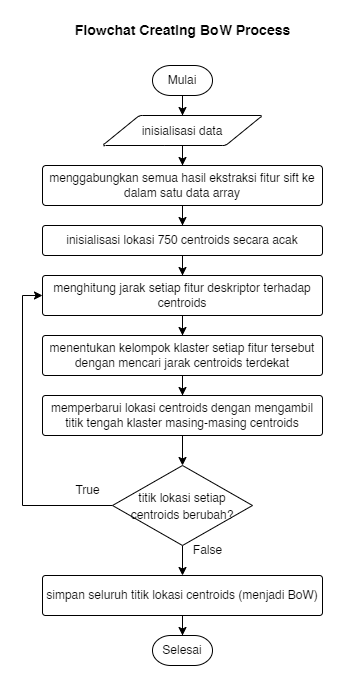
Earlier version of the draw.io export Skripsi/resource/Tugas Akhir-Flowchart Create BoW.drawio.png (RTAgung/tugas-akhir). Source tidied: cells renumbered, new cells last; positions are measured from the earlier drawing's top-left corner, leaving out a move shared by most shapes. Its diagram source:
```xml
<mxGraphModel>
  <root>
    <mxCell id="0" />
    <mxCell id="1" parent="0" />
    <mxCell id="2" style="edgeStyle=orthogonalEdgeStyle;rounded=0;jettySize=auto;html=1;entryX=0.5;entryY=0;entryDx=0;entryDy=0;fontSize=14;strokeWidth=1;" parent="1" edge="1" source="3" target="7">
      <mxGeometry relative="1" as="geometry" />
    </mxCell>
    <mxCell id="3" value="Mulai" style="strokeWidth=1;html=1;shape=mxgraph.flowchart.terminator;whiteSpace=wrap;" parent="1" vertex="1">
      <mxGeometry x="130" y="50" width="60" height="30" as="geometry" />
    </mxCell>
    <mxCell id="4" style="edgeStyle=orthogonalEdgeStyle;rounded=0;jettySize=auto;html=1;entryX=0.5;entryY=0;entryDx=0;entryDy=0;fontSize=14;strokeWidth=1;" parent="1" edge="1" source="5" target="9">
      <mxGeometry relative="1" as="geometry" />
    </mxCell>
    <mxCell id="5" value="menggabungkan semua hasil ekstraksi fitur sift ke dalam satu data array" style="rounded=1;whiteSpace=wrap;html=1;absoluteArcSize=1;arcSize=7;strokeWidth=1;" parent="1" vertex="1">
      <mxGeometry x="20" y="150" width="280" height="40" as="geometry" />
    </mxCell>
    <mxCell id="6" style="edgeStyle=orthogonalEdgeStyle;rounded=0;jettySize=auto;html=1;entryX=0.5;entryY=0;entryDx=0;entryDy=0;fontSize=14;strokeWidth=1;" parent="1" edge="1" source="7" target="5">
      <mxGeometry relative="1" as="geometry" />
    </mxCell>
    <mxCell id="7" value="&lt;font style=&quot;font-size: 12px;&quot;&gt;inisialisasi data&lt;/font&gt;" style="shape=parallelogram;html=1;strokeWidth=1;perimeter=parallelogramPerimeter;whiteSpace=wrap;rounded=1;arcSize=6;size=0.23;fontSize=14;" parent="1" vertex="1">
      <mxGeometry x="80" y="100" width="160" height="30" as="geometry" />
    </mxCell>
    <mxCell id="8" style="edgeStyle=orthogonalEdgeStyle;rounded=0;jettySize=auto;html=1;entryX=0.5;entryY=0;entryDx=0;entryDy=0;fontSize=14;strokeWidth=1;" parent="1" edge="1" source="9" target="11">
      <mxGeometry relative="1" as="geometry" />
    </mxCell>
    <mxCell id="9" value="inisialisasi lokasi 750 centroids secara acak" style="rounded=1;whiteSpace=wrap;html=1;absoluteArcSize=1;arcSize=6;strokeWidth=1;" parent="1" vertex="1">
      <mxGeometry x="20" y="210" width="280" height="30" as="geometry" />
    </mxCell>
    <mxCell id="10" style="edgeStyle=orthogonalEdgeStyle;rounded=0;jettySize=auto;html=1;entryX=0.5;entryY=0;entryDx=0;entryDy=0;fontSize=14;strokeWidth=1;" parent="1" edge="1" source="11" target="13">
      <mxGeometry relative="1" as="geometry" />
    </mxCell>
    <mxCell id="11" value="menghitung jarak setiap fitur deskriptor terhadap centroids" style="rounded=1;whiteSpace=wrap;html=1;absoluteArcSize=1;arcSize=6;strokeWidth=1;" parent="1" vertex="1">
      <mxGeometry x="20" y="260" width="280" height="40" as="geometry" />
    </mxCell>
    <mxCell id="12" style="edgeStyle=orthogonalEdgeStyle;rounded=0;jettySize=auto;html=1;entryX=0.5;entryY=0;entryDx=0;entryDy=0;fontSize=14;strokeWidth=1;" parent="1" edge="1" source="13" target="15">
      <mxGeometry relative="1" as="geometry" />
    </mxCell>
    <mxCell id="13" value="menentukan kelompok klaster setiap fitur tersebut dengan mencari jarak centroids terdekat" style="rounded=1;whiteSpace=wrap;html=1;absoluteArcSize=1;arcSize=6;strokeWidth=1;" parent="1" vertex="1">
      <mxGeometry x="20" y="320" width="280" height="40" as="geometry" />
    </mxCell>
    <mxCell id="14" style="edgeStyle=orthogonalEdgeStyle;rounded=0;jettySize=auto;html=1;entryX=0.5;entryY=0;entryDx=0;entryDy=0;entryPerimeter=0;fontSize=14;strokeWidth=1;" parent="1" edge="1" source="15" target="19">
      <mxGeometry relative="1" as="geometry" />
    </mxCell>
    <mxCell id="15" value="memperbarui lokasi centroids dengan mengambil titik tengah klaster masing-masing centroids" style="rounded=1;whiteSpace=wrap;html=1;absoluteArcSize=1;arcSize=6;strokeWidth=1;" parent="1" vertex="1">
      <mxGeometry x="20" y="380" width="280" height="40" as="geometry" />
    </mxCell>
    <mxCell id="16" value="&lt;font style=&quot;font-size: 14px;&quot;&gt;&lt;b style=&quot;font-size: 14px;&quot;&gt;Flowchat Creating BoW Process&lt;/b&gt;&lt;/font&gt;" style="text;html=1;align=center;verticalAlign=middle;strokeColor=none;fillColor=none;fontSize=14;" parent="1" vertex="1">
      <mxGeometry x="40" width="240" height="30" as="geometry" />
    </mxCell>
    <mxCell id="17" style="edgeStyle=orthogonalEdgeStyle;rounded=0;jettySize=auto;html=1;entryX=0;entryY=0.5;entryDx=0;entryDy=0;fontSize=12;strokeWidth=1;exitX=0;exitY=0.5;exitDx=0;exitDy=0;exitPerimeter=0;" parent="1" edge="1" source="19" target="11">
      <mxGeometry relative="1" as="geometry">
        <Array as="points">
          <mxPoint y="490" />
          <mxPoint y="280" />
        </Array>
      </mxGeometry>
    </mxCell>
    <mxCell id="18" style="edgeStyle=orthogonalEdgeStyle;rounded=0;jettySize=auto;html=1;entryX=0.5;entryY=0;entryDx=0;entryDy=0;fontSize=12;strokeWidth=1;" parent="1" edge="1" source="19" target="22">
      <mxGeometry relative="1" as="geometry" />
    </mxCell>
    <mxCell id="19" value="&lt;font style=&quot;font-size: 12px;&quot;&gt;titik lokasi setiap centroids berubah?&lt;/font&gt;" style="strokeWidth=1;html=1;shape=mxgraph.flowchart.decision;whiteSpace=wrap;fontSize=14;" parent="1" vertex="1">
      <mxGeometry x="90" y="450" width="140" height="80" as="geometry" />
    </mxCell>
    <mxCell id="20" value="True" style="text;html=1;align=center;verticalAlign=middle;strokeColor=none;fillColor=none;fontSize=12;" parent="1" vertex="1">
      <mxGeometry x="40" y="460" width="50" height="30" as="geometry" />
    </mxCell>
    <mxCell id="21" style="edgeStyle=orthogonalEdgeStyle;rounded=0;jettySize=auto;html=1;entryX=0.5;entryY=0;entryDx=0;entryDy=0;entryPerimeter=0;fontSize=12;strokeWidth=1;" parent="1" edge="1" source="22" target="24">
      <mxGeometry relative="1" as="geometry" />
    </mxCell>
    <mxCell id="22" value="simpan seluruh titik lokasi centroids (menjadi BoW)" style="rounded=1;whiteSpace=wrap;html=1;absoluteArcSize=1;arcSize=6;strokeWidth=1;" parent="1" vertex="1">
      <mxGeometry x="20" y="560" width="280" height="40" as="geometry" />
    </mxCell>
    <mxCell id="23" value="False" style="text;html=1;align=center;verticalAlign=middle;strokeColor=none;fillColor=none;fontSize=12;" parent="1" vertex="1">
      <mxGeometry x="160" y="520" width="50" height="30" as="geometry" />
    </mxCell>
    <mxCell id="24" value="Selesai" style="strokeWidth=1;html=1;shape=mxgraph.flowchart.terminator;whiteSpace=wrap;" parent="1" vertex="1">
      <mxGeometry x="130" y="620" width="60" height="30" as="geometry" />
    </mxCell>
  </root>
</mxGraphModel>
```
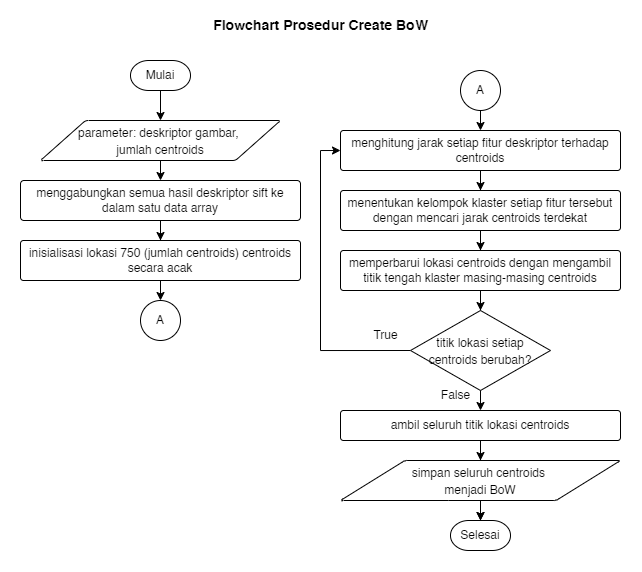
After the commit.

Diff of the diagram source:
```diff
@@ -2,7 +2,10 @@
   <root>
     <mxCell id="0" />
     <mxCell id="1" parent="0" />
+    <mxCell id="25" style="rounded=0;whiteSpace=wrap;html=1;strokeColor=none;" parent="1" vertex="1">
+      <mxGeometry y="-10" width="640" height="570" as="geometry" />
+    </mxCell>
-    <mxCell id="2" style="edgeStyle=orthogonalEdgeStyle;rounded=0;jettySize=auto;html=1;entryX=0.5;entryY=0;entryDx=0;entryDy=0;fontSize=14;strokeWidth=1;" parent="1" edge="1" source="3" target="7">
+    <mxCell id="2" style="edgeStyle=orthogonalEdgeStyle;rounded=0;jettySize=auto;html=1;entryX=0.5;entryY=0;entryDx=0;entryDy=0;fontSize=14;strokeWidth=1;" parent="1" edge="1" source="3" target="28">
       <mxGeometry relative="1" as="geometry" />
     </mxCell>
     <mxCell id="3" value="Mulai" style="strokeWidth=1;html=1;shape=mxgraph.flowchart.terminator;whiteSpace=wrap;" parent="1" vertex="1">
@@ -11,70 +14,90 @@
     <mxCell id="4" style="edgeStyle=orthogonalEdgeStyle;rounded=0;jettySize=auto;html=1;entryX=0.5;entryY=0;entryDx=0;entryDy=0;fontSize=14;strokeWidth=1;" parent="1" edge="1" source="5" target="9">
       <mxGeometry relative="1" as="geometry" />
     </mxCell>
-    <mxCell id="5" value="menggabungkan semua hasil ekstraksi fitur sift ke dalam satu data array" style="rounded=1;whiteSpace=wrap;html=1;absoluteArcSize=1;arcSize=7;strokeWidth=1;" parent="1" vertex="1">
-      <mxGeometry x="20" y="150" width="280" height="40" as="geometry" />
+    <mxCell id="5" value="menggabungkan semua hasil deskriptor sift ke dalam satu data array" style="rounded=1;whiteSpace=wrap;html=1;absoluteArcSize=1;arcSize=7;strokeWidth=1;" parent="1" vertex="1">
+      <mxGeometry x="20" y="170" width="280" height="40" as="geometry" />
     </mxCell>
-    <mxCell id="6" style="edgeStyle=orthogonalEdgeStyle;rounded=0;jettySize=auto;html=1;entryX=0.5;entryY=0;entryDx=0;entryDy=0;fontSize=14;strokeWidth=1;" parent="1" edge="1" source="7" target="5">
+    <mxCell id="6" style="edgeStyle=orthogonalEdgeStyle;rounded=0;jettySize=auto;html=1;entryX=0.5;entryY=0;entryDx=0;entryDy=0;fontSize=14;strokeWidth=1;exitX=0.5;exitY=1;exitDx=0;exitDy=0;" parent="1" edge="1" source="28" target="5">
       <mxGeometry relative="1" as="geometry" />
     </mxCell>
-    <mxCell id="7" value="&lt;font style=&quot;font-size: 12px;&quot;&gt;inisialisasi data&lt;/font&gt;" style="shape=parallelogram;html=1;strokeWidth=1;perimeter=parallelogramPerimeter;whiteSpace=wrap;rounded=1;arcSize=6;size=0.23;fontSize=14;" parent="1" vertex="1">
-      <mxGeometry x="80" y="100" width="160" height="30" as="geometry" />
-    </mxCell>
-    <mxCell id="8" style="edgeStyle=orthogonalEdgeStyle;rounded=0;jettySize=auto;html=1;entryX=0.5;entryY=0;entryDx=0;entryDy=0;fontSize=14;strokeWidth=1;" parent="1" edge="1" source="9" target="11">
-      <mxGeometry relative="1" as="geometry" />
-    </mxCell>
+    <mxCell id="26" style="edgeStyle=orthogonalEdgeStyle;rounded=0;jettySize=auto;html=1;exitX=0.5;exitY=1;exitDx=0;exitDy=0;entryX=0.5;entryY=0;entryDx=0;entryDy=0;" parent="1" edge="1" source="9" target="32">
+      <mxGeometry relative="1" as="geometry" />
+    </mxCell>
-    <mxCell id="9" value="inisialisasi lokasi 750 centroids secara acak" style="rounded=1;whiteSpace=wrap;html=1;absoluteArcSize=1;arcSize=6;strokeWidth=1;" parent="1" vertex="1">
-      <mxGeometry x="20" y="210" width="280" height="30" as="geometry" />
+    <mxCell id="9" value="inisialisasi lokasi 750 (jumlah centroids) centroids secara acak" style="rounded=1;whiteSpace=wrap;html=1;absoluteArcSize=1;arcSize=6;strokeWidth=1;" parent="1" vertex="1">
+      <mxGeometry x="20" y="230" width="280" height="40" as="geometry" />
     </mxCell>
     <mxCell id="10" style="edgeStyle=orthogonalEdgeStyle;rounded=0;jettySize=auto;html=1;entryX=0.5;entryY=0;entryDx=0;entryDy=0;fontSize=14;strokeWidth=1;" parent="1" edge="1" source="11" target="13">
       <mxGeometry relative="1" as="geometry" />
     </mxCell>
     <mxCell id="11" value="menghitung jarak setiap fitur deskriptor terhadap centroids" style="rounded=1;whiteSpace=wrap;html=1;absoluteArcSize=1;arcSize=6;strokeWidth=1;" parent="1" vertex="1">
-      <mxGeometry x="20" y="260" width="280" height="40" as="geometry" />
+      <mxGeometry x="340" y="120" width="280" height="40" as="geometry" />
     </mxCell>
     <mxCell id="12" style="edgeStyle=orthogonalEdgeStyle;rounded=0;jettySize=auto;html=1;entryX=0.5;entryY=0;entryDx=0;entryDy=0;fontSize=14;strokeWidth=1;" parent="1" edge="1" source="13" target="15">
       <mxGeometry relative="1" as="geometry" />
     </mxCell>
     <mxCell id="13" value="menentukan kelompok klaster setiap fitur tersebut dengan mencari jarak centroids terdekat" style="rounded=1;whiteSpace=wrap;html=1;absoluteArcSize=1;arcSize=6;strokeWidth=1;" parent="1" vertex="1">
-      <mxGeometry x="20" y="320" width="280" height="40" as="geometry" />
+      <mxGeometry x="340" y="180" width="280" height="40" as="geometry" />
     </mxCell>
     <mxCell id="14" style="edgeStyle=orthogonalEdgeStyle;rounded=0;jettySize=auto;html=1;entryX=0.5;entryY=0;entryDx=0;entryDy=0;entryPerimeter=0;fontSize=14;strokeWidth=1;" parent="1" edge="1" source="15" target="19">
       <mxGeometry relative="1" as="geometry" />
     </mxCell>
     <mxCell id="15" value="memperbarui lokasi centroids dengan mengambil titik tengah klaster masing-masing centroids" style="rounded=1;whiteSpace=wrap;html=1;absoluteArcSize=1;arcSize=6;strokeWidth=1;" parent="1" vertex="1">
-      <mxGeometry x="20" y="380" width="280" height="40" as="geometry" />
+      <mxGeometry x="340" y="240" width="280" height="40" as="geometry" />
     </mxCell>
-    <mxCell id="16" value="&lt;font style=&quot;font-size: 14px;&quot;&gt;&lt;b style=&quot;font-size: 14px;&quot;&gt;Flowchat Creating BoW Process&lt;/b&gt;&lt;/font&gt;" style="text;html=1;align=center;verticalAlign=middle;strokeColor=none;fillColor=none;fontSize=14;" parent="1" vertex="1">
-      <mxGeometry x="40" width="240" height="30" as="geometry" />
+    <mxCell id="16" value="&lt;font style=&quot;font-size: 14px;&quot;&gt;&lt;b style=&quot;font-size: 14px;&quot;&gt;Flowchart Prosedur&amp;nbsp;&lt;/b&gt;&lt;/font&gt;&lt;b&gt;Create BoW&lt;/b&gt;" style="text;html=1;align=center;verticalAlign=middle;strokeColor=none;fillColor=none;fontSize=14;" parent="1" vertex="1">
+      <mxGeometry x="200" width="240" height="30" as="geometry" />
     </mxCell>
     <mxCell id="17" style="edgeStyle=orthogonalEdgeStyle;rounded=0;jettySize=auto;html=1;entryX=0;entryY=0.5;entryDx=0;entryDy=0;fontSize=12;strokeWidth=1;exitX=0;exitY=0.5;exitDx=0;exitDy=0;exitPerimeter=0;" parent="1" edge="1" source="19" target="11">
       <mxGeometry relative="1" as="geometry">
         <Array as="points">
-          <mxPoint y="490" />
-          <mxPoint y="280" />
+          <mxPoint x="320" y="340" />
+          <mxPoint x="320" y="140" />
         </Array>
       </mxGeometry>
     </mxCell>
-    <mxCell id="18" style="edgeStyle=orthogonalEdgeStyle;rounded=0;jettySize=auto;html=1;entryX=0.5;entryY=0;entryDx=0;entryDy=0;fontSize=12;strokeWidth=1;" parent="1" edge="1" source="19" target="22">
-      <mxGeometry relative="1" as="geometry" />
+    <mxCell id="18" style="edgeStyle=orthogonalEdgeStyle;rounded=0;jettySize=auto;html=1;entryX=0.5;entryY=0;entryDx=0;entryDy=0;fontSize=12;strokeWidth=1;" parent="1" edge="1" target="22">
+      <mxGeometry relative="1" as="geometry">
+        <mxPoint x="480" y="370" as="sourcePoint" />
+      </mxGeometry>
     </mxCell>
     <mxCell id="19" value="&lt;font style=&quot;font-size: 12px;&quot;&gt;titik lokasi setiap centroids berubah?&lt;/font&gt;" style="strokeWidth=1;html=1;shape=mxgraph.flowchart.decision;whiteSpace=wrap;fontSize=14;" parent="1" vertex="1">
-      <mxGeometry x="90" y="450" width="140" height="80" as="geometry" />
+      <mxGeometry x="410" y="300" width="140" height="80" as="geometry" />
     </mxCell>
     <mxCell id="20" value="True" style="text;html=1;align=center;verticalAlign=middle;strokeColor=none;fillColor=none;fontSize=12;" parent="1" vertex="1">
-      <mxGeometry x="40" y="460" width="50" height="30" as="geometry" />
+      <mxGeometry x="360" y="310" width="50" height="30" as="geometry" />
     </mxCell>
-    <mxCell id="21" style="edgeStyle=orthogonalEdgeStyle;rounded=0;jettySize=auto;html=1;entryX=0.5;entryY=0;entryDx=0;entryDy=0;entryPerimeter=0;fontSize=12;strokeWidth=1;" parent="1" edge="1" source="22" target="24">
-      <mxGeometry relative="1" as="geometry" />
-    </mxCell>
+    <mxCell id="27" style="edgeStyle=orthogonalEdgeStyle;rounded=0;jettySize=auto;html=1;entryX=0.5;entryY=0;entryDx=0;entryDy=0;" parent="1" edge="1" source="22" target="31">
+      <mxGeometry relative="1" as="geometry" />
+    </mxCell>
-    <mxCell id="22" value="simpan seluruh titik lokasi centroids (menjadi BoW)" style="rounded=1;whiteSpace=wrap;html=1;absoluteArcSize=1;arcSize=6;strokeWidth=1;" parent="1" vertex="1">
-      <mxGeometry x="20" y="560" width="280" height="40" as="geometry" />
+    <mxCell id="22" value="ambil seluruh titik lokasi centroids" style="rounded=1;whiteSpace=wrap;html=1;absoluteArcSize=1;arcSize=6;strokeWidth=1;" parent="1" vertex="1">
+      <mxGeometry x="340" y="400" width="280" height="30" as="geometry" />
     </mxCell>
     <mxCell id="23" value="False" style="text;html=1;align=center;verticalAlign=middle;strokeColor=none;fillColor=none;fontSize=12;" parent="1" vertex="1">
-      <mxGeometry x="160" y="520" width="50" height="30" as="geometry" />
+      <mxGeometry x="430" y="370" width="50" height="30" as="geometry" />
     </mxCell>
     <mxCell id="24" value="Selesai" style="strokeWidth=1;html=1;shape=mxgraph.flowchart.terminator;whiteSpace=wrap;" parent="1" vertex="1">
-      <mxGeometry x="130" y="620" width="60" height="30" as="geometry" />
+      <mxGeometry x="450" y="510" width="60" height="30" as="geometry" />
     </mxCell>
+    <mxCell id="28" value="&lt;font style=&quot;font-size: 12px;&quot;&gt;parameter: deskriptor gambar, &lt;br&gt;jumlah centroids&lt;/font&gt;" style="shape=parallelogram;html=1;strokeWidth=1;perimeter=parallelogramPerimeter;whiteSpace=wrap;rounded=1;arcSize=6;size=0.1875;fontSize=14;" parent="1" vertex="1">
+      <mxGeometry x="40" y="110" width="240" height="40" as="geometry" />
+    </mxCell>
+    <mxCell id="29" style="edgeStyle=orthogonalEdgeStyle;rounded=0;jettySize=auto;html=1;" parent="1" edge="1" source="31" target="24">
+      <mxGeometry relative="1" as="geometry" />
+    </mxCell>
+    <mxCell id="30" style="edgeStyle=orthogonalEdgeStyle;rounded=0;jettySize=auto;html=1;" parent="1" edge="1" source="31" target="24">
+      <mxGeometry relative="1" as="geometry" />
+    </mxCell>
+    <mxCell id="31" value="&lt;font style=&quot;font-size: 12px;&quot;&gt;simpan seluruh centroids&amp;nbsp;&lt;br&gt;&lt;/font&gt;&lt;span style=&quot;font-size: 12px;&quot;&gt;menjadi BoW&lt;/span&gt;" style="shape=parallelogram;html=1;strokeWidth=1;perimeter=parallelogramPerimeter;whiteSpace=wrap;rounded=1;arcSize=6;size=0.23;fontSize=14;" parent="1" vertex="1">
+      <mxGeometry x="340" y="450" width="280" height="40" as="geometry" />
+    </mxCell>
+    <mxCell id="32" value="A" style="ellipse;whiteSpace=wrap;html=1;" parent="1" vertex="1">
+      <mxGeometry x="140" y="290" width="40" height="40" as="geometry" />
+    </mxCell>
+    <mxCell id="33" style="edgeStyle=orthogonalEdgeStyle;rounded=0;jettySize=auto;html=1;exitX=0.5;exitY=1;exitDx=0;exitDy=0;entryX=0.5;entryY=0;entryDx=0;entryDy=0;" parent="1" edge="1" source="34" target="11">
+      <mxGeometry relative="1" as="geometry" />
+    </mxCell>
+    <mxCell id="34" value="A" style="ellipse;whiteSpace=wrap;html=1;" parent="1" vertex="1">
+      <mxGeometry x="460" y="60" width="40" height="40" as="geometry" />
+    </mxCell>
   </root>
 </mxGraphModel>
```
